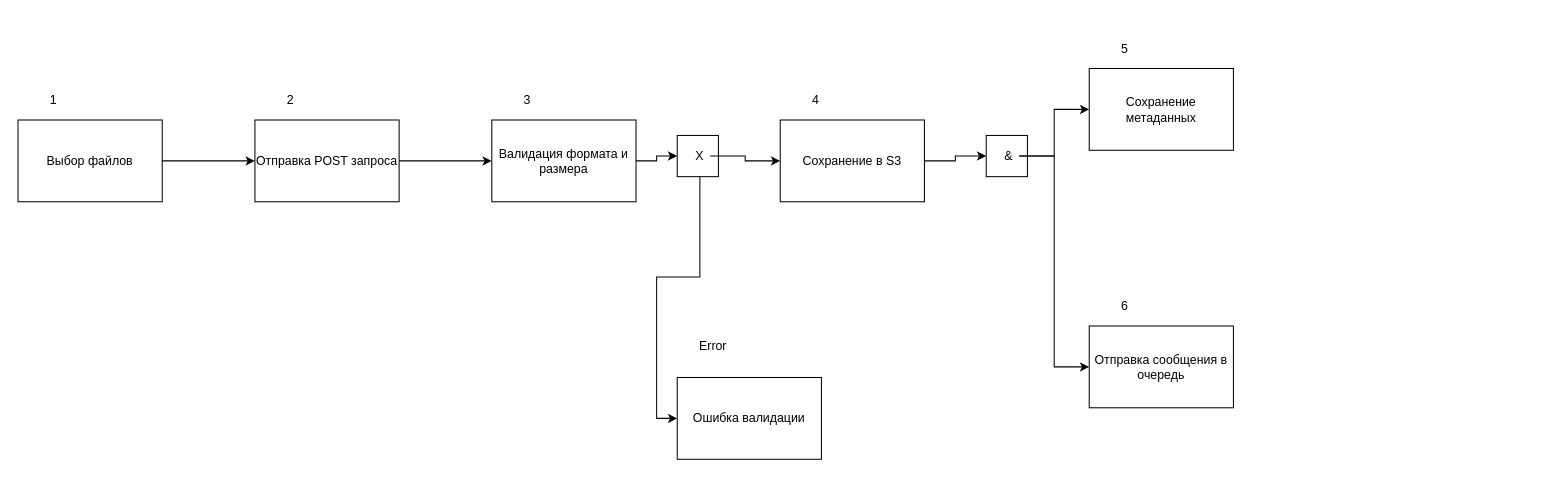
This is diagrams-codes/IDEF3_P2.drawio from Edisheri/system-engineering-playbook, a draw.io file, before an edit. Source tidied: cells renumbered, new cells numbered last; positions are measured from the earlier drawing's top-left corner, leaving out a move shared by most shapes. Both pictures are drawn from the tidied source at 103%, with x=0, y=0 at pixel (18, 16).
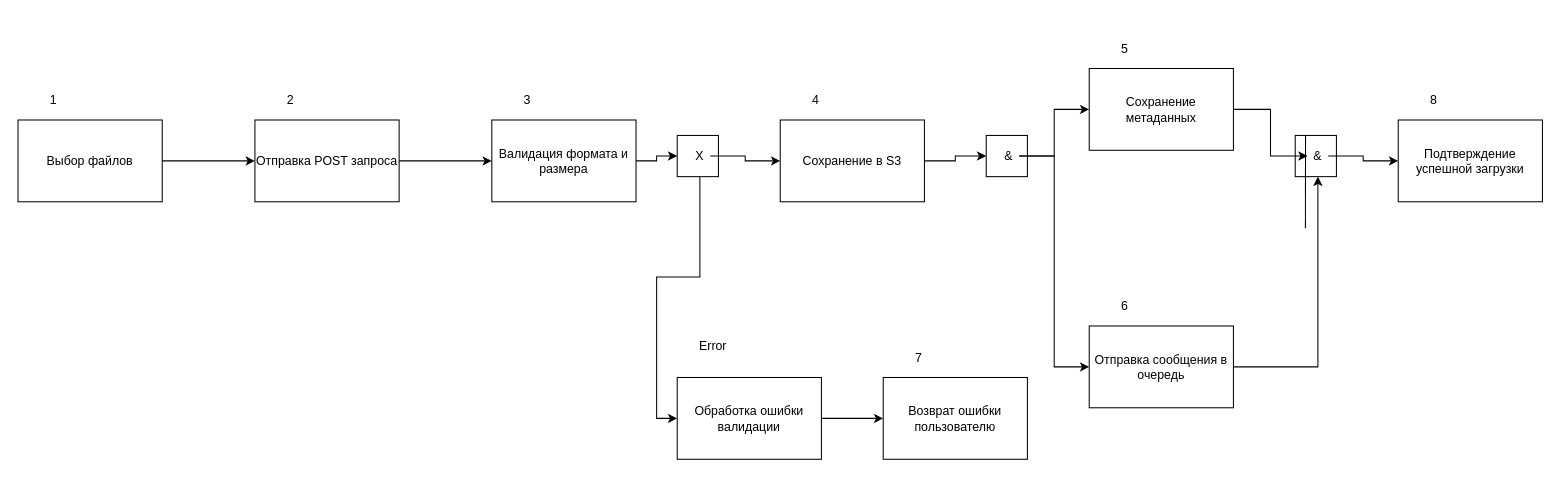
The same diagram, later.

The change refers to these unchanged cells:
```xml
<mxCell id="17" style="group;" parent="1" vertex="1">
  <mxGeometry x="640" y="350" width="140" height="90" as="geometry" />
</mxCell>
<mxCell id="24" value="Сохранение метаданных" style="rounded=0;whiteSpace=wrap;html=1;" parent="23" vertex="1">
  <mxGeometry width="140" height="79.4" as="geometry" />
</mxCell>
<mxCell id="27" value="Отправка сообщения в очередь" style="rounded=0;whiteSpace=wrap;html=1;" parent="26" vertex="1">
  <mxGeometry width="140" height="79.4" as="geometry" />
</mxCell>
```

What changed in the source:
```diff
@@
-    <mxCell id="18" value="Ошибка валидации" style="rounded=0;whiteSpace=wrap;html=1;" parent="17" vertex="1">
+    <mxCell id="18" value="Обработка ошибки валидации" style="rounded=0;whiteSpace=wrap;html=1;" parent="17" vertex="1">
       <mxGeometry width="140" height="79.4" as="geometry" />
     </mxCell>
@@
+    <mxCell id="37" style="group;" parent="1" vertex="1">
+      <mxGeometry x="840" y="350" width="140" height="90" as="geometry" />
+    </mxCell>
+    <mxCell id="38" value="Возврат ошибки пользователю" style="rounded=0;whiteSpace=wrap;html=1;" parent="37" vertex="1">
+      <mxGeometry width="140" height="79.4" as="geometry" />
+    </mxCell>
+    <mxCell id="39" value="7" style="text;html=1;align=right;verticalAlign=bottom;whiteSpace=wrap;rounded=0;" parent="37" vertex="1">
+      <mxGeometry y="-49.7" width="40" height="39.7" as="geometry" />
+    </mxCell>
@@
+    <mxCell id="40" style="edgeStyle=orthogonalEdgeStyle;rounded=0;jettySize=auto;html=1;" parent="1" edge="1" source="18" target="38">
+      <mxGeometry relative="1" as="geometry" />
+    </mxCell>
@@
+    <mxCell id="41" style="group;" parent="1" vertex="1">
+      <mxGeometry x="1240" y="115" width="40" height="50" as="geometry" />
+    </mxCell>
+    <mxCell id="42" style="rounded=0;whiteSpace=wrap;html=1;" parent="41" vertex="1">
+      <mxGeometry width="40" height="40" as="geometry" />
+    </mxCell>
+    <mxCell id="43" style="endArrow=none;html=1;rounded=0;exitX=0.347;exitY=1;exitDx=0;exitDy=0;exitPerimeter=0;entryX=0.25;entryY=0;entryDx=0;entryDy=0;" parent="41" edge="1" target="42">
+      <mxGeometry relative="1" as="geometry">
+        <mxPoint x="9.9" y="90" as="sourcePoint" />
+      </mxGeometry>
+    </mxCell>
+    <mxCell id="44" value="&amp;" style="text;html=1;align=center;verticalAlign=middle;whiteSpace=wrap;rounded=0;" parent="41" vertex="1">
+      <mxGeometry x="12" width="20" height="40" as="geometry" />
+    </mxCell>
+    <mxCell id="45" style="group;" parent="1" vertex="1">
+      <mxGeometry x="1340" y="100" width="140" height="100" as="geometry" />
+    </mxCell>
+    <mxCell id="46" value="Подтверждение успешной загрузки" style="rounded=0;whiteSpace=wrap;html=1;" parent="45" vertex="1">
+      <mxGeometry width="140" height="79.4" as="geometry" />
+    </mxCell>
+    <mxCell id="47" value="8" style="text;html=1;align=right;verticalAlign=bottom;whiteSpace=wrap;rounded=0;" parent="45" vertex="1">
+      <mxGeometry y="-49.7" width="40" height="39.7" as="geometry" />
+    </mxCell>
+    <mxCell id="48" style="edgeStyle=orthogonalEdgeStyle;rounded=0;jettySize=auto;html=1;" parent="1" edge="1" source="24" target="44">
+      <mxGeometry relative="1" as="geometry" />
+    </mxCell>
+    <mxCell id="49" style="edgeStyle=orthogonalEdgeStyle;rounded=0;jettySize=auto;html=1;" parent="1" edge="1" source="27" target="44">
+      <mxGeometry relative="1" as="geometry" />
+    </mxCell>
+    <mxCell id="50" style="edgeStyle=orthogonalEdgeStyle;rounded=0;jettySize=auto;html=1;entryX=0;entryY=0.5;entryDx=0;entryDy=0;" parent="1" edge="1" source="44" target="46">
+      <mxGeometry relative="1" as="geometry" />
+    </mxCell>
```
